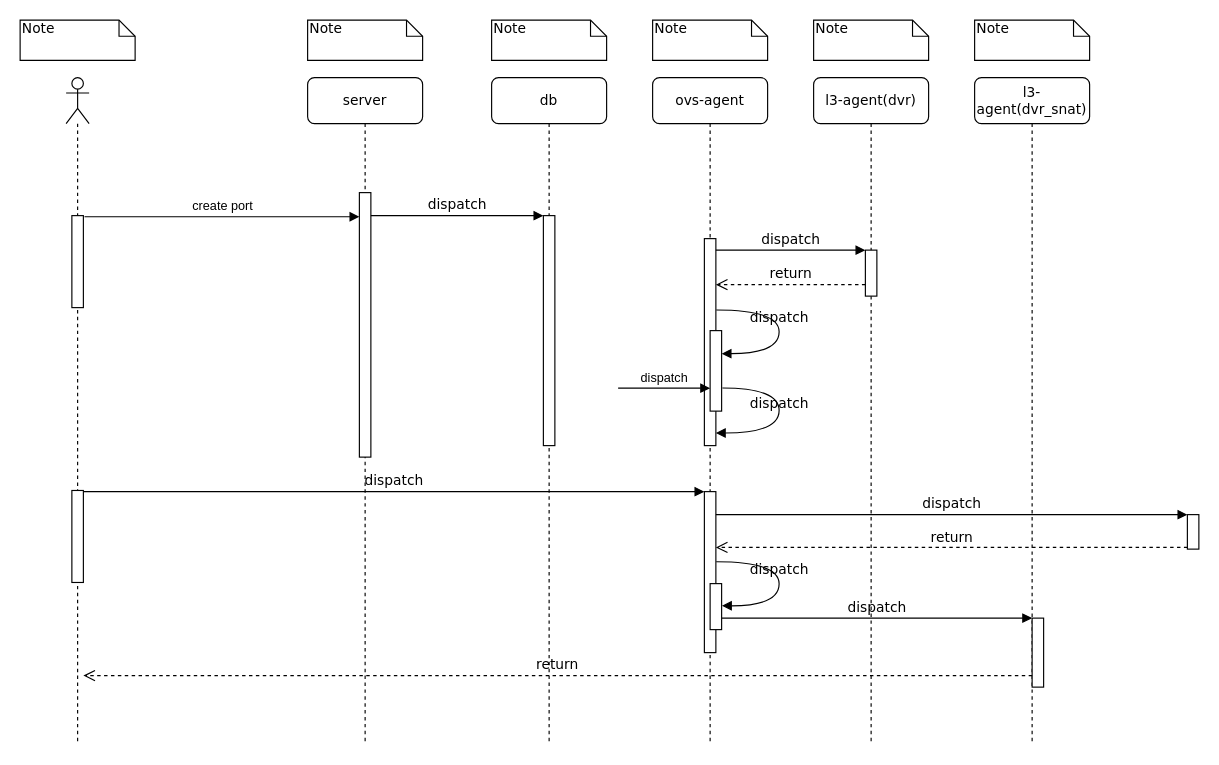
This is page "Page-1" (1 of 2) of Untitled Diagram.drawio from scilla0531/pub, a draw.io file, before an edit. Source tidied: cells renumbered, new cells numbered last; positions are measured from the earlier drawing's top-left corner, leaving out a move shared by most shapes. Both pictures are drawn from the tidied source at 115%, with x=0, y=0 at pixel (20, 20).
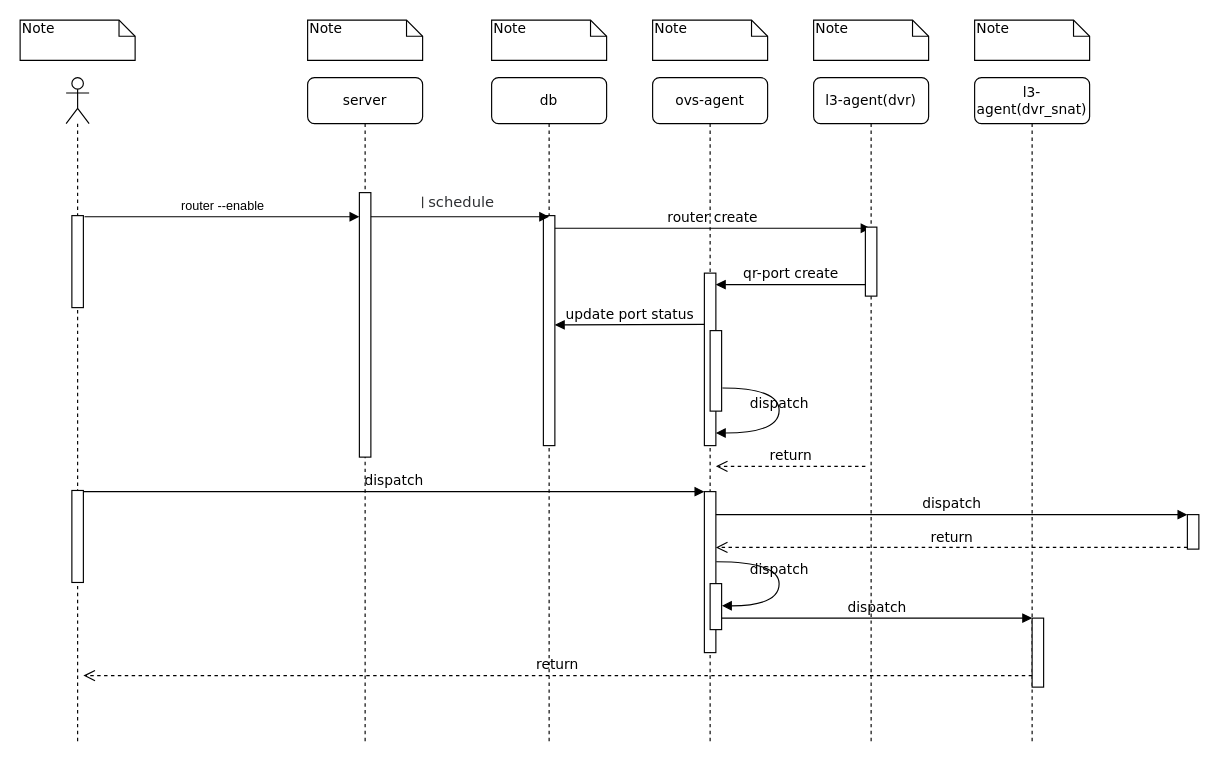
The same page after the edit.

Unchanged cells that the change refers to:
```xml
<mxCell id="3" style="html=1;points=[];perimeter=orthogonalPerimeter;rounded=0;shadow=0;comic=0;labelBackgroundColor=none;strokeWidth=1;fontFamily=Verdana;fontSize=12;align=center;" parent="2" vertex="1">
  <mxGeometry x="45" y="100" width="10" height="230" as="geometry" />
</mxCell>
<mxCell id="5" style="html=1;points=[];perimeter=orthogonalPerimeter;rounded=0;shadow=0;comic=0;labelBackgroundColor=none;strokeWidth=1;fontFamily=Verdana;fontSize=12;align=center;" parent="4" vertex="1">
  <mxGeometry x="45" y="120" width="10" height="200" as="geometry" />
</mxCell>
<mxCell id="6" value="ovs-agent" style="shape=umlLifeline;perimeter=lifelinePerimeter;whiteSpace=wrap;html=1;rounded=1;shadow=0;comic=0;labelBackgroundColor=none;strokeWidth=1;fontFamily=Verdana;fontSize=12;align=center;" parent="1" vertex="1">
  <mxGeometry x="550" y="50" width="100" height="580" as="geometry" />
</mxCell>
<mxCell id="7" value="l3-agent(dvr)" style="shape=umlLifeline;perimeter=lifelinePerimeter;whiteSpace=wrap;html=1;outlineConnect=0;rounded=1;shadow=0;comic=0;labelBackgroundColor=none;strokeWidth=1;fontFamily=Verdana;fontSize=12;align=center;" parent="1" vertex="1">
  <mxGeometry x="690" y="50" width="100" height="580" as="geometry" />
</mxCell>
<mxCell id="22" style="html=1;points=[];perimeter=orthogonalPerimeter;rounded=0;shadow=0;comic=0;labelBackgroundColor=none;strokeWidth=1;fontFamily=Verdana;fontSize=12;align=center;" parent="1" vertex="1">
  <mxGeometry x="600" y="270" width="10" height="70" as="geometry" />
</mxCell>
<mxCell id="33" style="shape=umlLifeline;participant=umlActor;perimeter=lifelinePerimeter;whiteSpace=wrap;html=1;verticalAlign=top;spacingTop=36;" parent="1" vertex="1">
  <mxGeometry x="40" y="50" width="20" height="580" as="geometry" />
</mxCell>
```

The edit, as a diff of the source:
```diff
@@
+    <mxCell id="38" value="router create" style="html=1;verticalAlign=bottom;endArrow=block;labelBackgroundColor=none;fontFamily=Verdana;fontSize=12;edgeStyle=elbowEdgeStyle;elbow=vertical;" parent="6" edge="1" target="7">
+      <mxGeometry relative="1" as="geometry">
+        <mxPoint x="-85" y="131" as="sourcePoint" />
+      </mxGeometry>
+    </mxCell>
+    <mxCell id="39" value="update port status" style="html=1;verticalAlign=bottom;endArrow=block;labelBackgroundColor=none;fontFamily=Verdana;fontSize=12;edgeStyle=elbowEdgeStyle;elbow=vertical;" parent="6" edge="1">
+      <mxGeometry relative="1" as="geometry">
+        <mxPoint x="45" y="214.5" as="sourcePoint" />
+        <mxPoint x="-85" y="214.5" as="targetPoint" />
+      </mxGeometry>
+    </mxCell>
@@
     <mxCell id="9" style="html=1;points=[];perimeter=orthogonalPerimeter;rounded=0;shadow=0;comic=0;labelBackgroundColor=none;strokeWidth=1;fontFamily=Verdana;fontSize=12;align=center;" parent="1" vertex="1">
-      <mxGeometry x="595" y="190" width="10" height="180" as="geometry" />
+      <mxGeometry x="595" y="220" width="10" height="150" as="geometry" />
     </mxCell>
     <mxCell id="10" style="html=1;points=[];perimeter=orthogonalPerimeter;rounded=0;shadow=0;comic=0;labelBackgroundColor=none;strokeWidth=1;fontFamily=Verdana;fontSize=12;align=center;" parent="1" vertex="1">
-      <mxGeometry x="735" y="200" width="10" height="40" as="geometry" />
+      <mxGeometry x="735" y="180" width="10" height="60" as="geometry" />
     </mxCell>
-    <mxCell id="11" value="dispatch" style="html=1;verticalAlign=bottom;endArrow=block;entryX=0;entryY=0;labelBackgroundColor=none;fontFamily=Verdana;fontSize=12;edgeStyle=elbowEdgeStyle;elbow=vertical;" parent="1" edge="1" source="9" target="10">
+    <mxCell id="11" value="qr-port create" style="html=1;verticalAlign=bottom;endArrow=block;labelBackgroundColor=none;fontFamily=Verdana;fontSize=12;edgeStyle=elbowEdgeStyle;elbow=vertical;" parent="1" edge="1" source="10" target="9">
       <mxGeometry relative="1" as="geometry" />
     </mxCell>
-    <mxCell id="12" value="return" style="html=1;verticalAlign=bottom;endArrow=open;dashed=1;endSize=8;labelBackgroundColor=none;fontFamily=Verdana;fontSize=12;edgeStyle=elbowEdgeStyle;elbow=vertical;" parent="1" edge="1" source="10" target="9">
+    <mxCell id="12" value="return" style="html=1;verticalAlign=bottom;endArrow=open;dashed=1;endSize=8;labelBackgroundColor=none;fontFamily=Verdana;fontSize=12;edgeStyle=elbowEdgeStyle;elbow=vertical;" parent="1" edge="1">
       <mxGeometry relative="1" as="geometry">
+        <mxPoint x="735" y="388" as="sourcePoint" />
+        <mxPoint x="605" y="388" as="targetPoint" />
         <Array as="points">
-          <mxPoint x="680" y="230" />
-          <mxPoint x="710" y="230" />
+          <mxPoint x="680" y="388" />
+          <mxPoint x="710" y="388" />
         </Array>
       </mxGeometry>
     </mxCell>
@@
-    <mxCell id="21" value="dispatch" style="html=1;verticalAlign=bottom;endArrow=block;entryX=0;entryY=0;labelBackgroundColor=none;fontFamily=Verdana;fontSize=12;edgeStyle=elbowEdgeStyle;elbow=vertical;" parent="1" edge="1" source="3" target="5">
-      <mxGeometry relative="1" as="geometry" />
+    <mxCell id="21" value="&lt;ul class=&quot;nettran&quot; style=&quot;box-sizing: border-box ; margin: 0px ; padding: 0px ; color: rgb(46 , 48 , 51) ; font-family: &amp;#34;arial&amp;#34; , &amp;#34;microsoft yahei&amp;#34; , , , &amp;#34;malgun gothic&amp;#34; , &amp;#34;meiryo&amp;#34; , sans-serif ; font-size: 12.8px ; line-height: 10.4px ; background-color: rgb(255 , 255 , 255)&quot;&gt;&lt;li style=&quot;box-sizing: border-box ; margin: 0px 0px 5px ; padding: 0px 4px ; list-style: none ; display: inline-block ; border-left-width: 1px ; border-left-style: solid ; border-left-color: rgb(43 , 43 , 43)&quot;&gt;schedule&lt;/li&gt;&lt;/ul&gt;" style="html=1;verticalAlign=bottom;endArrow=block;labelBackgroundColor=none;fontFamily=Verdana;fontSize=12;edgeStyle=elbowEdgeStyle;elbow=vertical;" parent="1" edge="1" source="3">
+      <mxGeometry relative="1" as="geometry">
+        <mxPoint x="460" y="171" as="targetPoint" />
+      </mxGeometry>
     </mxCell>
@@
-    <mxCell id="23" value="dispatch" style="html=1;verticalAlign=bottom;endArrow=block;labelBackgroundColor=none;fontFamily=Verdana;fontSize=12;elbow=vertical;edgeStyle=orthogonalEdgeStyle;curved=1;entryX=1;entryY=0.286;entryPerimeter=0;exitX=1.038;exitY=0.345;exitPerimeter=0;" parent="1" edge="1" source="9" target="22">
-      <mxGeometry relative="1" as="geometry">
-        <Array as="points">
-          <mxPoint x="660" y="252" />
-          <mxPoint x="660" y="290" />
-        </Array>
-      </mxGeometry>
-    </mxCell>
@@
-    <mxCell id="36" value="create port" style="html=1;verticalAlign=bottom;endArrow=block;rounded=0;" parent="33" edge="1" target="3">
+    <mxCell id="36" value="router --enable" style="html=1;verticalAlign=bottom;endArrow=block;rounded=0;" parent="33" edge="1" target="3">
       <mxGeometry relative="1" as="geometry">
         <mxPoint x="16" y="121" as="sourcePoint" />
       </mxGeometry>
     </mxCell>
-    <mxCell id="37" value="dispatch" style="html=1;verticalAlign=bottom;endArrow=block;rounded=0;" parent="1" edge="1">
-      <mxGeometry relative="1" as="geometry">
-        <mxPoint x="520" y="320" as="sourcePoint" />
-        <mxPoint x="600" y="320" as="targetPoint" />
-      </mxGeometry>
-    </mxCell>
```
